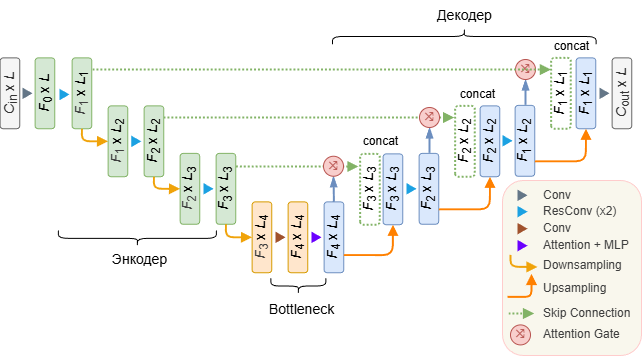
This is images/parametersEstimation/model_block_diagram.drawio.png from romangorbunov91/master-thesis-2026, a draw.io export, as it was before one commit. Source tidied: cells renumbered, new cells last; positions are measured from the earlier drawing's top-left corner, leaving out a move shared by most shapes.
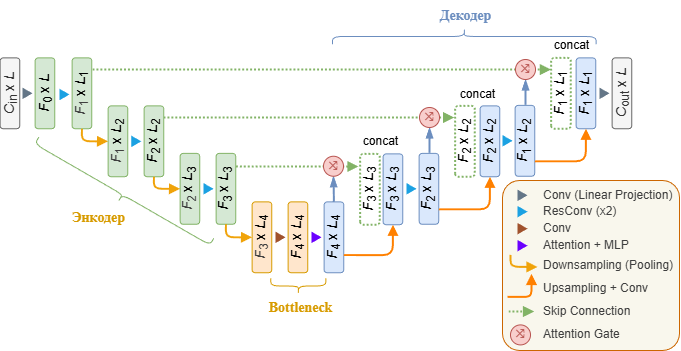
The same file after the commit.

What changed in the source:
```diff
@@ -2,8 +2,8 @@
   <root>
     <mxCell id="0" />
     <mxCell id="1" parent="0" />
-    <mxCell id="2" style="rounded=1;whiteSpace=wrap;html=1;fillColor=#f9f7ed;strokeColor=#FFCCCC;" parent="1" vertex="1">
-      <mxGeometry x="528" y="276" width="139" height="175" as="geometry" />
+    <mxCell id="2" style="rounded=1;whiteSpace=wrap;html=1;fillColor=#f9f7ed;strokeColor=#CC6600;arcSize=10;" parent="1" vertex="1">
+      <mxGeometry x="528" y="276" width="177" height="170" as="geometry" />
     </mxCell>
     <mxCell id="3" value="&lt;font style=&quot;font-size: 14px; line-height: 100%;&quot;&gt;&lt;i&gt;C&lt;/i&gt;&lt;sub style=&quot;line-height: 100%;&quot;&gt;in&lt;/sub&gt; x &lt;i&gt;L&lt;/i&gt;&lt;/font&gt;" style="rounded=1;whiteSpace=wrap;html=1;rotation=-90;fillColor=#f5f5f5;strokeColor=#666666;glass=0;fontColor=#333333;" parent="1" vertex="1">
       <mxGeometry y="179" width="70.9" height="19.7" as="geometry" />
@@ -82,19 +82,19 @@
     <mxCell id="27" value="&lt;font style=&quot;font-size: 14px; line-height: 100%;&quot;&gt;&lt;i&gt;F&lt;/i&gt;&lt;sub style=&quot;line-height: 100%;&quot;&gt;2&lt;/sub&gt;&amp;nbsp;x &lt;i&gt;L&lt;/i&gt;&lt;sub&gt;2&lt;/sub&gt;&lt;/font&gt;" style="rounded=1;whiteSpace=wrap;html=1;rotation=-90;fillColor=#dae8fc;strokeColor=#6c8ebf;" parent="1" vertex="1">
       <mxGeometry x="480" y="227" width="70.9" height="19.7" as="geometry" />
     </mxCell>
-    <mxCell id="28" style="shape=curlyBracket;whiteSpace=wrap;html=1;rounded=1;flipH=1;labelPosition=right;verticalLabelPosition=middle;align=left;verticalAlign=middle;rotation=90;" parent="1" vertex="1">
-      <mxGeometry x="155" y="254.8" width="15.7" height="158.1" as="geometry" />
+    <mxCell id="28" style="shape=curlyBracket;whiteSpace=wrap;html=1;rounded=1;flipH=1;labelPosition=right;verticalLabelPosition=middle;align=left;verticalAlign=middle;rotation=120;strokeColor=#82B366;" parent="1" vertex="1">
+      <mxGeometry x="140" y="189" width="15.7" height="202.1" as="geometry" />
     </mxCell>
     <mxCell id="29" value="&lt;font style=&quot;font-size: 14px; line-height: 100%;&quot;&gt;&lt;i&gt;F&lt;/i&gt;&lt;sub style=&quot;line-height: 100%;&quot;&gt;0&lt;/sub&gt;&amp;nbsp;x &lt;i&gt;L&lt;/i&gt;&lt;/font&gt;" style="rounded=1;whiteSpace=wrap;html=1;rotation=-90;fillColor=#d5e8d4;strokeColor=#82b366;" parent="1" vertex="1">
       <mxGeometry x="35" y="179" width="70.9" height="19.7" as="geometry" />
     </mxCell>
-    <mxCell id="30" value="&lt;span style=&quot;color: rgb(0, 0, 0); text-align: left; text-wrap-mode: wrap;&quot;&gt;&lt;font style=&quot;font-size: 14px; line-height: 100%;&quot;&gt;Энкодер&lt;/font&gt;&lt;/span&gt;" style="text;html=1;align=center;verticalAlign=middle;strokeColor=none;fillColor=none;" parent="1" vertex="1">
-      <mxGeometry x="128" y="341" width="74" height="28" as="geometry" />
+    <mxCell id="30" value="&lt;span style=&quot;text-align: left; text-wrap-mode: wrap;&quot;&gt;&lt;font face=&quot;Times New Roman&quot; style=&quot;font-size: 14px; line-height: 100%; color: rgb(215, 155, 0);&quot;&gt;&lt;b style=&quot;&quot;&gt;Энкодер&lt;/b&gt;&lt;/font&gt;&lt;/span&gt;" style="text;html=1;align=center;verticalAlign=middle;strokeColor=none;fillColor=none;" parent="1" vertex="1">
+      <mxGeometry x="88" y="300.1" width="72" height="27" as="geometry" />
     </mxCell>
-    <mxCell id="31" value="&lt;div style=&quot;text-align: left;&quot;&gt;&lt;span style=&quot;background-color: transparent; font-size: 14px; text-wrap-mode: wrap;&quot;&gt;Bottleneck&lt;/span&gt;&lt;/div&gt;" style="text;html=1;align=center;verticalAlign=middle;strokeColor=none;fillColor=none;" parent="1" vertex="1">
-      <mxGeometry x="285" y="390" width="84" height="30" as="geometry" />
+    <mxCell id="31" value="&lt;div style=&quot;text-align: left;&quot;&gt;&lt;span style=&quot;background-color: transparent; font-size: 14px; text-wrap-mode: wrap;&quot;&gt;&lt;font face=&quot;Times New Roman&quot; style=&quot;color: rgb(215, 155, 0);&quot;&gt;&lt;b&gt;Bottleneck&lt;/b&gt;&lt;/font&gt;&lt;/span&gt;&lt;/div&gt;" style="text;html=1;align=center;verticalAlign=middle;strokeColor=none;fillColor=none;" parent="1" vertex="1">
+      <mxGeometry x="284" y="387" width="83" height="31" as="geometry" />
     </mxCell>
-    <mxCell id="32" style="shape=curlyBracket;whiteSpace=wrap;html=1;rounded=1;flipH=1;labelPosition=right;verticalLabelPosition=middle;align=left;verticalAlign=middle;rotation=90;" parent="1" vertex="1">
+    <mxCell id="32" style="shape=curlyBracket;whiteSpace=wrap;html=1;rounded=1;flipH=1;labelPosition=right;verticalLabelPosition=middle;align=left;verticalAlign=middle;rotation=90;strokeColor=#D79B00;" parent="1" vertex="1">
       <mxGeometry x="316" y="354" width="15.7" height="55.1" as="geometry" />
     </mxCell>
     <mxCell id="33" style="edgeStyle=orthogonalEdgeStyle;html=1;strokeColor=#F0A30A;fillColor=#f0a30a;endArrow=block;endFill=1;strokeWidth=1.9685;exitX=0;exitY=0.5;exitDx=0;exitDy=0;entryX=0.5;entryY=0;entryDx=0;entryDy=0;" parent="1" edge="1" source="4" target="12">
@@ -140,17 +140,14 @@
         <mxPoint x="551" y="200.2" as="sourcePoint" />
       </mxGeometry>
     </mxCell>
-    <mxCell id="46" value="&lt;span style=&quot;font-family: ui-monospace, SFMono-Regular, &amp;quot;SF Mono&amp;quot;, Menlo, Consolas, &amp;quot;Liberation Mono&amp;quot;, monospace; font-size: 14px; letter-spacing: -0.56px; text-align: start; white-space-collapse: preserve-breaks; line-height: 100%;&quot;&gt;&lt;font style=&quot;color: rgb(184, 84, 80);&quot;&gt;⤨&lt;/font&gt;&lt;/span&gt;" style="ellipse;whiteSpace=wrap;html=1;fillColor=#f8cecc;strokeColor=#b85450;" parent="1" vertex="1">
-      <mxGeometry x="541" y="155" width="20" height="20" as="geometry" />
-    </mxCell>
     <mxCell id="47" style="edgeStyle=none;html=1;exitX=0.836;exitY=1.037;exitDx=0;exitDy=0;entryX=0.836;entryY=-0.009;entryDx=0;entryDy=0;exitPerimeter=0;rounded=0;curved=0;fillColor=#d5e8d4;strokeColor=#82b366;strokeWidth=1.9685;endArrow=block;endFill=1;dashed=1;dashPattern=1 1;entryPerimeter=0;" parent="1" edge="1" source="4" target="42">
       <mxGeometry relative="1" as="geometry" />
     </mxCell>
-    <mxCell id="48" style="shape=curlyBracket;whiteSpace=wrap;html=1;rounded=1;flipH=1;labelPosition=right;verticalLabelPosition=middle;align=left;verticalAlign=middle;rotation=-90;" parent="1" vertex="1">
+    <mxCell id="48" style="shape=curlyBracket;whiteSpace=wrap;html=1;rounded=1;flipH=1;labelPosition=right;verticalLabelPosition=middle;align=left;verticalAlign=middle;rotation=-90;strokeColor=#6C8EBF;" parent="1" vertex="1">
       <mxGeometry x="482" y="0.2" width="15.7" height="263.6" as="geometry" />
     </mxCell>
-    <mxCell id="49" value="&lt;div style=&quot;text-align: left;&quot;&gt;&lt;span style=&quot;background-color: transparent; font-size: 14px; text-wrap-mode: wrap;&quot;&gt;Декодер&lt;/span&gt;&lt;/div&gt;" style="text;html=1;align=center;verticalAlign=middle;strokeColor=none;fillColor=none;" parent="1" vertex="1">
-      <mxGeometry x="453" y="96" width="74" height="30" as="geometry" />
+    <mxCell id="49" value="&lt;div style=&quot;text-align: left;&quot;&gt;&lt;span style=&quot;background-color: transparent; font-size: 14px; text-wrap-mode: wrap;&quot;&gt;&lt;font face=&quot;Times New Roman&quot; style=&quot;color: rgb(108, 142, 191);&quot;&gt;&lt;b&gt;Декодер&lt;/b&gt;&lt;/font&gt;&lt;/span&gt;&lt;/div&gt;" style="text;html=1;align=center;verticalAlign=middle;strokeColor=none;fillColor=none;fontColor=#6C8EBF;" parent="1" vertex="1">
+      <mxGeometry x="455" y="96" width="71" height="31" as="geometry" />
     </mxCell>
     <mxCell id="50" style="triangle;whiteSpace=wrap;html=1;fillColor=#647687;fontColor=#ffffff;strokeColor=none;" parent="1" vertex="1">
       <mxGeometry x="625" y="183.1" width="10" height="11.5" as="geometry" />
@@ -203,33 +200,36 @@
     </mxCell>
     <mxCell id="62" style="edgeStyle=none;html=1;rounded=0;curved=0;fillColor=#d5e8d4;strokeColor=#82b366;strokeWidth=1.9685;endArrow=block;endFill=1;dashed=1;dashPattern=1 1;" parent="1" edge="1">
       <mxGeometry relative="1" as="geometry">
-        <mxPoint x="534" y="409" as="sourcePoint" />
-        <mxPoint x="559.6" y="409" as="targetPoint" />
+        <mxPoint x="534" y="407" as="sourcePoint" />
+        <mxPoint x="559.6" y="407" as="targetPoint" />
       </mxGeometry>
     </mxCell>
-    <mxCell id="63" value="&lt;span style=&quot;color: rgb(63, 63, 63);&quot;&gt;&lt;font&gt;Conv&lt;/font&gt;&lt;/span&gt;" style="text;html=1;align=left;verticalAlign=middle;whiteSpace=wrap;rounded=0;" parent="1" vertex="1">
-      <mxGeometry x="567" y="280.8" width="90" height="20" as="geometry" />
+    <mxCell id="63" value="&lt;span style=&quot;color: rgb(63, 63, 63);&quot;&gt;&lt;font&gt;Conv (Linear Projection)&lt;/font&gt;&lt;/span&gt;" style="text;html=1;align=left;verticalAlign=middle;whiteSpace=wrap;rounded=0;" parent="1" vertex="1">
+      <mxGeometry x="567" y="280.8" width="135" height="20" as="geometry" />
     </mxCell>
     <mxCell id="64" value="&lt;span style=&quot;color: rgb(63, 63, 63);&quot;&gt;&lt;font&gt;ResConv (x2)&lt;/font&gt;&lt;/span&gt;" style="text;html=1;align=left;verticalAlign=middle;whiteSpace=wrap;rounded=0;" parent="1" vertex="1">
-      <mxGeometry x="567" y="297.1" width="90" height="20" as="geometry" />
+      <mxGeometry x="567" y="297.1" width="135" height="20" as="geometry" />
     </mxCell>
     <mxCell id="65" value="&lt;span style=&quot;color: rgb(63, 63, 63);&quot;&gt;&lt;font&gt;Attention Gate&lt;/font&gt;&lt;/span&gt;" style="text;html=1;align=left;verticalAlign=middle;whiteSpace=wrap;rounded=0;" parent="1" vertex="1">
-      <mxGeometry x="567" y="420" width="90" height="20" as="geometry" />
+      <mxGeometry x="567" y="420" width="135" height="20" as="geometry" />
     </mxCell>
     <mxCell id="66" value="&lt;span style=&quot;color: rgb(63, 63, 63);&quot;&gt;&lt;font&gt;Attention + MLP&lt;/font&gt;&lt;/span&gt;" style="text;html=1;align=left;verticalAlign=middle;whiteSpace=wrap;rounded=0;" parent="1" vertex="1">
-      <mxGeometry x="567" y="331" width="90" height="20" as="geometry" />
+      <mxGeometry x="567" y="331" width="135" height="20" as="geometry" />
     </mxCell>
     <mxCell id="67" value="&lt;span style=&quot;color: rgb(63, 63, 63);&quot;&gt;&lt;font&gt;Conv&lt;/font&gt;&lt;/span&gt;" style="text;html=1;align=left;verticalAlign=middle;whiteSpace=wrap;rounded=0;" parent="1" vertex="1">
-      <mxGeometry x="567" y="314" width="90" height="20" as="geometry" />
+      <mxGeometry x="567" y="314" width="135" height="20" as="geometry" />
     </mxCell>
     <mxCell id="68" value="&lt;span style=&quot;color: rgb(63, 63, 63);&quot;&gt;&lt;font&gt;Skip Connection&lt;/font&gt;&lt;/span&gt;" style="text;html=1;align=left;verticalAlign=middle;whiteSpace=wrap;rounded=0;" parent="1" vertex="1">
-      <mxGeometry x="567" y="399" width="90" height="20" as="geometry" />
+      <mxGeometry x="567" y="397" width="135" height="20" as="geometry" />
     </mxCell>
-    <mxCell id="69" value="&lt;span style=&quot;color: rgb(63, 63, 63);&quot;&gt;&lt;font&gt;Downsampling&lt;/font&gt;&lt;/span&gt;" style="text;html=1;align=left;verticalAlign=middle;whiteSpace=wrap;rounded=0;" parent="1" vertex="1">
-      <mxGeometry x="567" y="351" width="90" height="20" as="geometry" />
+    <mxCell id="69" value="&lt;span style=&quot;color: rgb(63, 63, 63);&quot;&gt;&lt;font&gt;Downsampling (Pooling)&lt;/font&gt;&lt;/span&gt;" style="text;html=1;align=left;verticalAlign=middle;whiteSpace=wrap;rounded=0;" parent="1" vertex="1">
+      <mxGeometry x="567" y="351" width="135" height="20" as="geometry" />
     </mxCell>
-    <mxCell id="70" value="&lt;span style=&quot;color: rgb(63, 63, 63);&quot;&gt;&lt;font&gt;Upsampling&lt;/font&gt;&lt;/span&gt;" style="text;html=1;align=left;verticalAlign=middle;whiteSpace=wrap;rounded=0;" parent="1" vertex="1">
-      <mxGeometry x="567" y="374" width="90" height="20" as="geometry" />
+    <mxCell id="70" value="&lt;span style=&quot;color: rgb(63, 63, 63);&quot;&gt;&lt;font&gt;Upsampling + Conv&lt;/font&gt;&lt;/span&gt;" style="text;html=1;align=left;verticalAlign=middle;whiteSpace=wrap;rounded=0;" parent="1" vertex="1">
+      <mxGeometry x="567" y="374" width="135" height="20" as="geometry" />
     </mxCell>
+    <mxCell id="46" value="&lt;span style=&quot;font-family: ui-monospace, SFMono-Regular, &amp;quot;SF Mono&amp;quot;, Menlo, Consolas, &amp;quot;Liberation Mono&amp;quot;, monospace; font-size: 14px; letter-spacing: -0.56px; text-align: start; white-space-collapse: preserve-breaks; line-height: 100%;&quot;&gt;&lt;font style=&quot;color: rgb(184, 84, 80);&quot;&gt;⤨&lt;/font&gt;&lt;/span&gt;" style="ellipse;whiteSpace=wrap;html=1;fillColor=#f8cecc;strokeColor=#b85450;" parent="1" vertex="1">
+      <mxGeometry x="541" y="155" width="20" height="20" as="geometry" />
+    </mxCell>
   </root>
 </mxGraphModel>
```
